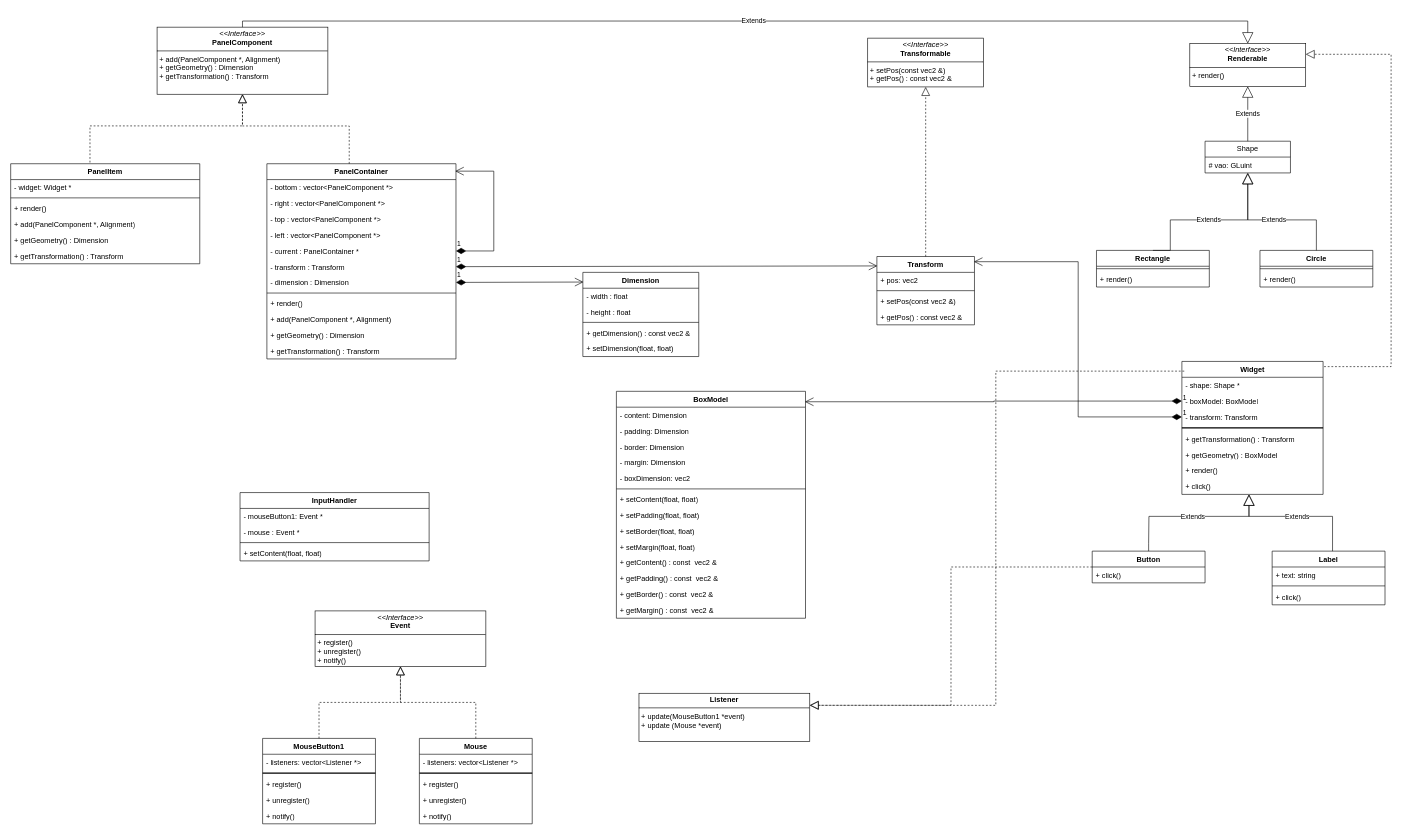
The draw.io diagram design.drawio in BlackedMe/SphereUI, before the edit. Source tidied: cells renumbered, new cells numbered last; positions are measured from the earlier drawing's top-left corner, leaving out a move shared by most shapes. Both pictures are drawn from the tidied source at 61%, with x=0, y=0 at pixel (10, 27).
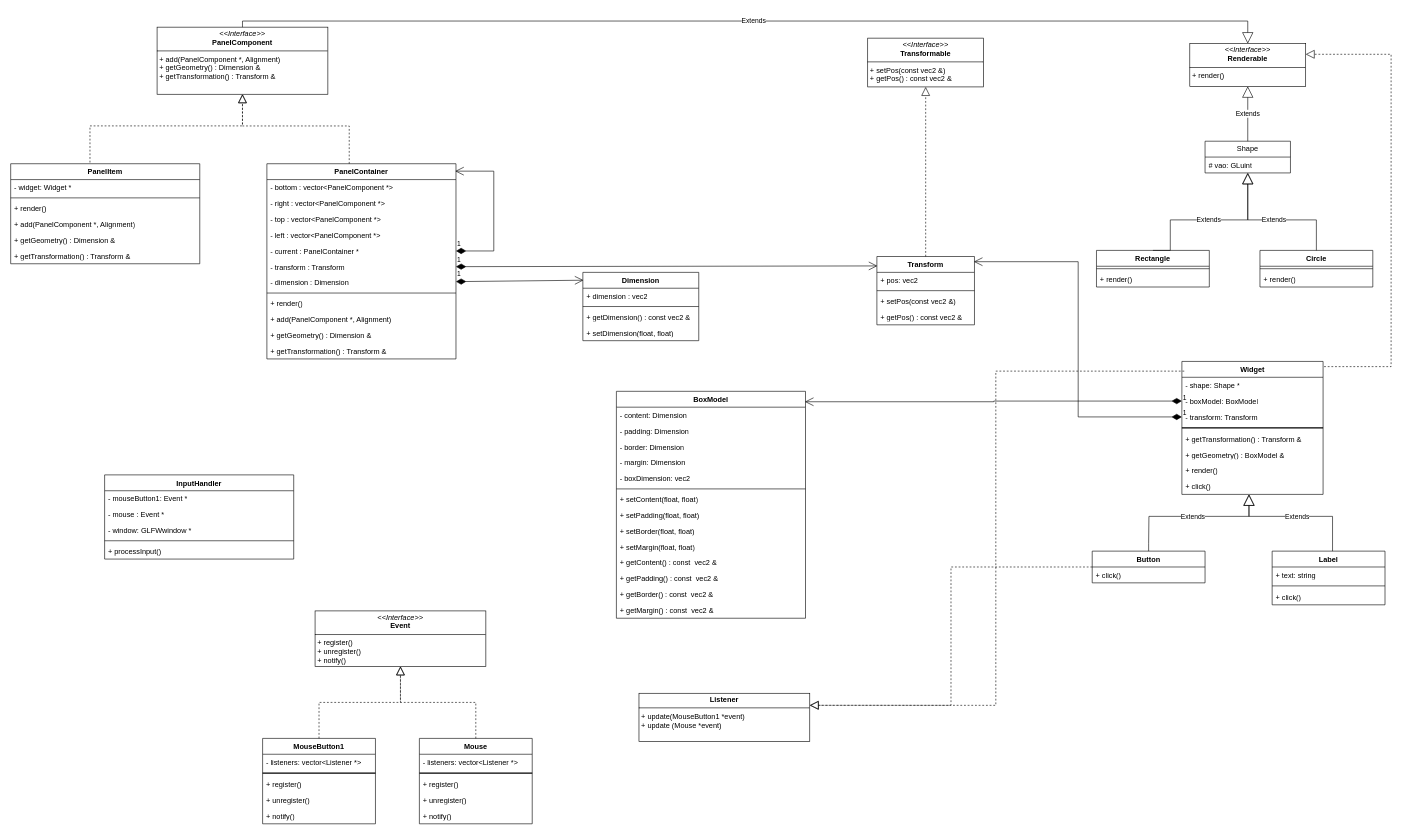
The same page after the edit.

The change refers to these unchanged cells:
```xml
<mxCell id="15" value="PanelItem" style="swimlane;fontStyle=1;align=center;verticalAlign=top;horizontal=1;startSize=26;whiteSpace=wrap;html=1;" parent="1" vertex="1">
  <mxGeometry y="223.9" width="310" height="164" as="geometry" />
</mxCell>
<mxCell id="24" value="PanelContainer" style="swimlane;fontStyle=1;align=center;verticalAlign=top;horizontal=1;startSize=26;whiteSpace=wrap;html=1;" parent="1" vertex="1">
  <mxGeometry x="420" y="223.9" width="310" height="320" as="geometry" />
</mxCell>
<mxCell id="74" value="Widget" style="swimlane;fontStyle=1;align=center;verticalAlign=top;horizontal=1;startSize=26;whiteSpace=wrap;html=1;" parent="1" vertex="1">
  <mxGeometry x="1920" y="548" width="231.5" height="218" as="geometry" />
</mxCell>
```

Diff of the diagram source:
```diff
@@
-    <mxCell id="13" value="&lt;p style=&quot;margin:0px;margin-top:4px;text-align:center;&quot;&gt;&lt;i&gt;&amp;lt;&amp;lt;Interface&amp;gt;&amp;gt;&lt;/i&gt;&lt;br&gt;&lt;b&gt;PanelComponent&lt;/b&gt;&lt;/p&gt;&lt;hr size=&quot;1&quot; style=&quot;border-style:solid;&quot;&gt;&lt;p style=&quot;margin:0px;margin-left:4px;&quot;&gt;+ add(PanelComponent *, Alignment)&lt;br&gt;+ getGeometry() : Dimension&lt;/p&gt;&lt;p style=&quot;margin:0px;margin-left:4px;&quot;&gt;+ getTransformation() : Transform&lt;/p&gt;" style="verticalAlign=top;align=left;overflow=fill;html=1;whiteSpace=wrap;" parent="1" vertex="1">
+    <mxCell id="13" value="&lt;p style=&quot;margin:0px;margin-top:4px;text-align:center;&quot;&gt;&lt;i&gt;&amp;lt;&amp;lt;Interface&amp;gt;&amp;gt;&lt;/i&gt;&lt;br&gt;&lt;b&gt;PanelComponent&lt;/b&gt;&lt;/p&gt;&lt;hr size=&quot;1&quot; style=&quot;border-style:solid;&quot;&gt;&lt;p style=&quot;margin:0px;margin-left:4px;&quot;&gt;+ add(PanelComponent *, Alignment)&lt;br&gt;+ getGeometry() : Dimension &amp;amp;&lt;/p&gt;&lt;p style=&quot;margin:0px;margin-left:4px;&quot;&gt;+ getTransformation() : Transform &amp;amp;&lt;/p&gt;" style="verticalAlign=top;align=left;overflow=fill;html=1;whiteSpace=wrap;" parent="1" vertex="1">
       <mxGeometry x="240" width="280" height="110" as="geometry" />
     </mxCell>
@@
-    <mxCell id="20" value="+ getGeometry() : Dimension" style="text;strokeColor=none;fillColor=none;align=left;verticalAlign=top;spacingLeft=4;spacingRight=4;overflow=hidden;whiteSpace=wrap;html=1;" parent="15" vertex="1">
+    <mxCell id="20" value="+ getGeometry() : Dimension &amp;amp;" style="text;strokeColor=none;fillColor=none;align=left;verticalAlign=top;spacingLeft=4;spacingRight=4;overflow=hidden;whiteSpace=wrap;html=1;" parent="15" vertex="1">
       <mxGeometry y="112" width="310" height="26" as="geometry" />
     </mxCell>
-    <mxCell id="21" value="+ getTransformation() : Transform" style="text;strokeColor=none;fillColor=none;align=left;verticalAlign=top;spacingLeft=4;spacingRight=4;overflow=hidden;whiteSpace=wrap;html=1;" parent="15" vertex="1">
+    <mxCell id="21" value="+ getTransformation() : Transform &amp;amp;" style="text;strokeColor=none;fillColor=none;align=left;verticalAlign=top;spacingLeft=4;spacingRight=4;overflow=hidden;whiteSpace=wrap;html=1;" parent="15" vertex="1">
       <mxGeometry y="138" width="310" height="26" as="geometry" />
     </mxCell>
@@
-    <mxCell id="35" value="+ getGeometry() : Dimension" style="text;strokeColor=none;fillColor=none;align=left;verticalAlign=top;spacingLeft=4;spacingRight=4;overflow=hidden;whiteSpace=wrap;html=1;" parent="24" vertex="1">
+    <mxCell id="35" value="+ getGeometry() : Dimension &amp;amp;" style="text;strokeColor=none;fillColor=none;align=left;verticalAlign=top;spacingLeft=4;spacingRight=4;overflow=hidden;whiteSpace=wrap;html=1;" parent="24" vertex="1">
       <mxGeometry y="268" width="310" height="26" as="geometry" />
     </mxCell>
-    <mxCell id="36" value="+ getTransformation() : Transform" style="text;strokeColor=none;fillColor=none;align=left;verticalAlign=top;spacingLeft=4;spacingRight=4;overflow=hidden;whiteSpace=wrap;html=1;" parent="24" vertex="1">
+    <mxCell id="36" value="+ getTransformation() : Transform &amp;amp;" style="text;strokeColor=none;fillColor=none;align=left;verticalAlign=top;spacingLeft=4;spacingRight=4;overflow=hidden;whiteSpace=wrap;html=1;" parent="24" vertex="1">
       <mxGeometry y="294" width="310" height="26" as="geometry" />
     </mxCell>
@@
     <mxCell id="39" value="Dimension" style="swimlane;fontStyle=1;align=center;verticalAlign=top;horizontal=1;startSize=26;whiteSpace=wrap;html=1;" parent="1" vertex="1">
-      <mxGeometry x="938" y="402" width="190" height="138" as="geometry" />
+      <mxGeometry x="938" y="402" width="190" height="112" as="geometry" />
     </mxCell>
-    <mxCell id="40" value="- width : float" style="text;strokeColor=none;fillColor=none;align=left;verticalAlign=top;spacingLeft=4;spacingRight=4;overflow=hidden;whiteSpace=wrap;html=1;" parent="39" vertex="1">
+    <mxCell id="40" value="+ dimension : vec2" style="text;strokeColor=none;fillColor=none;align=left;verticalAlign=top;spacingLeft=4;spacingRight=4;overflow=hidden;whiteSpace=wrap;html=1;" parent="39" vertex="1">
       <mxGeometry y="26" width="190" height="26" as="geometry" />
     </mxCell>
-    <mxCell id="41" value="- height : float" style="text;strokeColor=none;fillColor=none;align=left;verticalAlign=top;spacingLeft=4;spacingRight=4;overflow=hidden;whiteSpace=wrap;html=1;" parent="39" vertex="1">
-      <mxGeometry y="52" width="190" height="26" as="geometry" />
-    </mxCell>
     <mxCell id="42" style="line;strokeWidth=1;fillColor=none;align=left;verticalAlign=middle;spacingTop=-1;spacingLeft=3;spacingRight=3;labelPosition=right;strokeColor=inherit;" parent="39" vertex="1">
-      <mxGeometry y="78" width="190" height="8" as="geometry" />
+      <mxGeometry y="52" width="190" height="8" as="geometry" />
     </mxCell>
     <mxCell id="43" value="+ getDimension() : const vec2 &amp;amp;" style="text;strokeColor=none;fillColor=none;align=left;verticalAlign=top;spacingLeft=4;spacingRight=4;overflow=hidden;whiteSpace=wrap;html=1;" parent="39" vertex="1">
-      <mxGeometry y="86" width="190" height="26" as="geometry" />
+      <mxGeometry y="60" width="190" height="26" as="geometry" />
     </mxCell>
     <mxCell id="44" value="+ setDimension(float, float)" style="text;strokeColor=none;fillColor=none;align=left;verticalAlign=top;spacingLeft=4;spacingRight=4;overflow=hidden;whiteSpace=wrap;html=1;" parent="39" vertex="1">
-      <mxGeometry y="112" width="190" height="26" as="geometry" />
+      <mxGeometry y="86" width="190" height="26" as="geometry" />
     </mxCell>
@@
-    <mxCell id="79" value="+ getTransformation() : Transform" style="text;strokeColor=none;fillColor=none;align=left;verticalAlign=top;spacingLeft=4;spacingRight=4;overflow=hidden;whiteSpace=wrap;html=1;" parent="74" vertex="1">
+    <mxCell id="79" value="+ getTransformation() : Transform &amp;amp;" style="text;strokeColor=none;fillColor=none;align=left;verticalAlign=top;spacingLeft=4;spacingRight=4;overflow=hidden;whiteSpace=wrap;html=1;" parent="74" vertex="1">
       <mxGeometry y="114" width="231.5" height="26" as="geometry" />
     </mxCell>
-    <mxCell id="80" value="+ getGeometry() : BoxModel" style="text;strokeColor=none;fillColor=none;align=left;verticalAlign=top;spacingLeft=4;spacingRight=4;overflow=hidden;whiteSpace=wrap;html=1;" parent="74" vertex="1">
+    <mxCell id="80" value="+ getGeometry() : BoxModel &amp;amp;" style="text;strokeColor=none;fillColor=none;align=left;verticalAlign=top;spacingLeft=4;spacingRight=4;overflow=hidden;whiteSpace=wrap;html=1;" parent="74" vertex="1">
       <mxGeometry y="140" width="231.5" height="26" as="geometry" />
     </mxCell>
@@
     <mxCell id="93" value="InputHandler" style="swimlane;fontStyle=1;align=center;verticalAlign=top;horizontal=1;startSize=26;whiteSpace=wrap;html=1;" parent="1" vertex="1">
-      <mxGeometry x="376" y="763" width="310" height="112" as="geometry" />
+      <mxGeometry x="154" y="734" width="310" height="138" as="geometry" />
     </mxCell>
@@
+    <mxCell id="113" value="- window: GLFWwindow *" style="text;strokeColor=none;fillColor=none;align=left;verticalAlign=top;spacingLeft=4;spacingRight=4;overflow=hidden;whiteSpace=wrap;html=1;" parent="93" vertex="1">
+      <mxGeometry y="78" width="310" height="26" as="geometry" />
+    </mxCell>
     <mxCell id="96" style="line;strokeWidth=1;fillColor=none;align=left;verticalAlign=middle;spacingTop=-1;spacingLeft=3;spacingRight=3;labelPosition=right;strokeColor=inherit;" parent="93" vertex="1">
-      <mxGeometry y="78" width="310" height="8" as="geometry" />
+      <mxGeometry y="104" width="310" height="8" as="geometry" />
     </mxCell>
-    <mxCell id="97" value="+ setContent(float, float)" style="text;strokeColor=none;fillColor=none;align=left;verticalAlign=top;spacingLeft=4;spacingRight=4;overflow=hidden;whiteSpace=wrap;html=1;" parent="93" vertex="1">
-      <mxGeometry y="86" width="310" height="26" as="geometry" />
+    <mxCell id="97" value="+ processInput()" style="text;strokeColor=none;fillColor=none;align=left;verticalAlign=top;spacingLeft=4;spacingRight=4;overflow=hidden;whiteSpace=wrap;html=1;" parent="93" vertex="1">
+      <mxGeometry y="112" width="310" height="26" as="geometry" />
     </mxCell>
```
